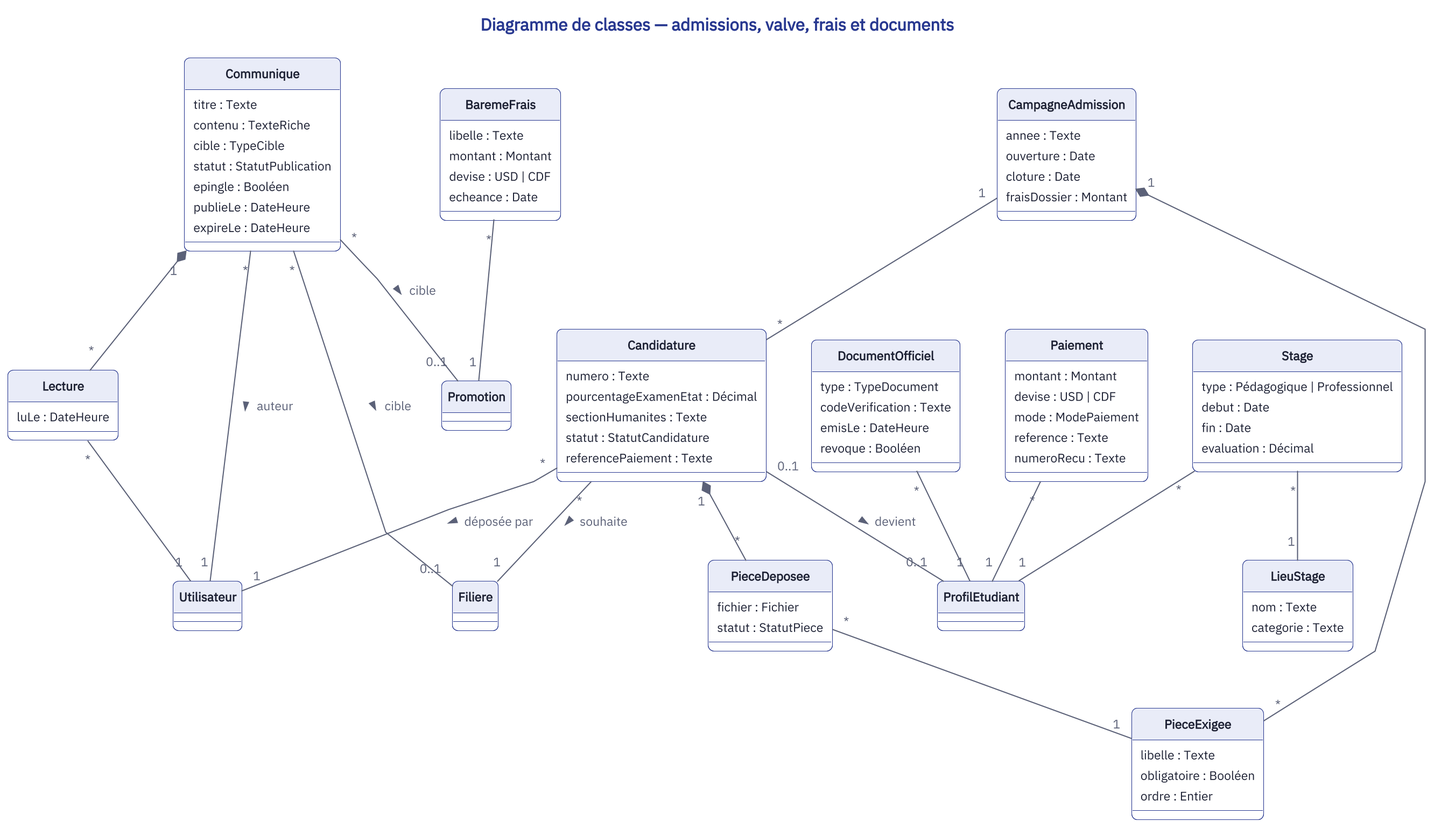
This is docs/conception/figures/classes-admissions-valve.png from oscaraksanti/ispt-bukavu, a PlantUML export, as it was before one commit. The source it was exported from:
```plantuml
@startuml classes-admissions-valve
!include _style.iuml
skinparam linetype polyline
title Diagramme de classes — admissions, valve, frais et documents

class Utilisateur
class Filiere
class Promotion
class ProfilEtudiant
class CampagneAdmission {
  annee : Texte
  ouverture : Date
  cloture : Date
  fraisDossier : Montant
}
class PieceExigee {
  libelle : Texte
  obligatoire : Booléen
  ordre : Entier
}
class Candidature {
  numero : Texte
  pourcentageExamenEtat : Décimal
  sectionHumanites : Texte
  statut : StatutCandidature
  referencePaiement : Texte
}
class PieceDeposee {
  fichier : Fichier
  statut : StatutPiece
}
class Communique {
  titre : Texte
  contenu : TexteRiche
  cible : TypeCible
  statut : StatutPublication
  epingle : Booléen
  publieLe : DateHeure
  expireLe : DateHeure
}
class Lecture {
  luLe : DateHeure
}
class BaremeFrais {
  libelle : Texte
  montant : Montant
  devise : USD | CDF
  echeance : Date
}
class Paiement {
  montant : Montant
  devise : USD | CDF
  mode : ModePaiement
  reference : Texte
  numeroRecu : Texte
}
class DocumentOfficiel {
  type : TypeDocument
  codeVerification : Texte
  emisLe : DateHeure
  revoque : Booléen
}
class Stage {
  type : Pédagogique | Professionnel
  debut : Date
  fin : Date
  evaluation : Décimal
}
class LieuStage {
  nom : Texte
  categorie : Texte
}

CampagneAdmission "1" *-- "*" PieceExigee
CampagneAdmission "1" -- "*" Candidature
Candidature "*" -- "1" Utilisateur : déposée par >
Candidature "*" -- "1" Filiere : souhaite >
Candidature "1" *-- "*" PieceDeposee
PieceDeposee "*" -- "1" PieceExigee
Candidature "0..1" -- "0..1" ProfilEtudiant : devient >
Communique "*" -- "1" Utilisateur : auteur >
Communique "1" *-- "*" Lecture
Lecture "*" -- "1" Utilisateur
Communique "*" -- "0..1" Filiere : cible >
Communique "*" -- "0..1" Promotion : cible >
BaremeFrais "*" -- "1" Promotion
Paiement "*" -- "1" ProfilEtudiant
DocumentOfficiel "*" -- "1" ProfilEtudiant
Stage "*" -- "1" ProfilEtudiant
Stage "*" -- "1" LieuStage
@enduml
```
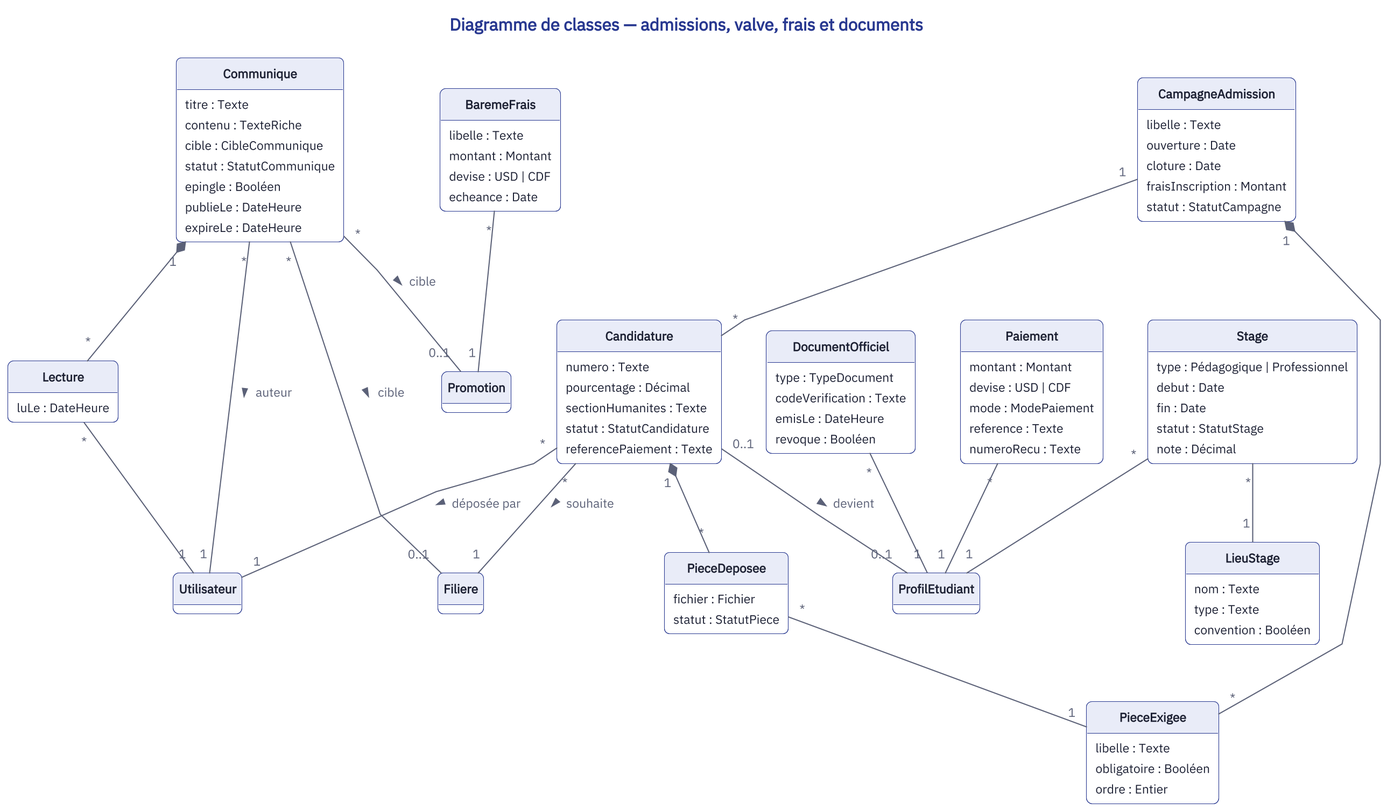
Above is the later version.

Change to the diagram source:
```diff
@@ -8,10 +8,11 @@
 class Promotion
 class ProfilEtudiant
 class CampagneAdmission {
-  annee : Texte
+  libelle : Texte
   ouverture : Date
   cloture : Date
-  fraisDossier : Montant
+  fraisInscription : Montant
+  statut : StatutCampagne
 }
 class PieceExigee {
   libelle : Texte
@@ -20,7 +21,7 @@
 }
 class Candidature {
   numero : Texte
-  pourcentageExamenEtat : Décimal
+  pourcentage : Décimal
   sectionHumanites : Texte
   statut : StatutCandidature
   referencePaiement : Texte
@@ -32,8 +33,8 @@
 class Communique {
   titre : Texte
   contenu : TexteRiche
-  cible : TypeCible
-  statut : StatutPublication
+  cible : CibleCommunique
+  statut : StatutCommunique
   epingle : Booléen
   publieLe : DateHeure
   expireLe : DateHeure
@@ -64,11 +65,13 @@
   type : Pédagogique | Professionnel
   debut : Date
   fin : Date
-  evaluation : Décimal
+  statut : StatutStage
+  note : Décimal
 }
 class LieuStage {
   nom : Texte
-  categorie : Texte
+  type : Texte
+  convention : Booléen
 }
 
 CampagneAdmission "1" *-- "*" PieceExigee
```
